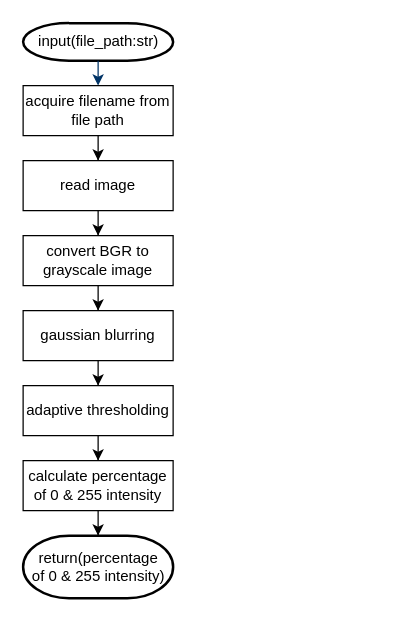
mahaamesha/matkul-pengukuran-berbasis-citra keeps this draw.io diagram as rbl/flowchart_process.drawio. Above is the earlier version. Source tidied: cells renumbered, new cells numbered last; positions are measured from the earlier drawing's top-left corner, leaving out a move shared by most shapes. Both pictures are drawn from the tidied source at 125%, with x=0, y=0 at pixel (22, 22).
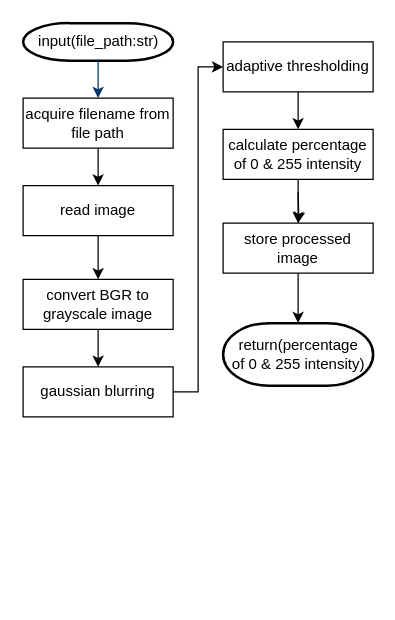
The same page after the edit.

The edit, as a diff of the source:
```diff
@@
-    <mxCell id="4" style="edgeStyle=orthogonalEdgeStyle;rounded=0;jettySize=auto;html=1;" parent="1" edge="1" source="5" target="7">
+    <mxCell id="4" style="edgeStyle=orthogonalEdgeStyle;rounded=0;jettySize=auto;html=1;exitX=0.5;exitY=1;exitDx=0;exitDy=0;" parent="1" edge="1" source="5" target="7">
       <mxGeometry relative="1" as="geometry" />
     </mxCell>
     <mxCell id="5" value="acquire filename from file path" style="rounded=0;whiteSpace=wrap;html=1;" parent="1" vertex="1">
-      <mxGeometry y="50" width="120" height="40" as="geometry" />
+      <mxGeometry y="60" width="120" height="40" as="geometry" />
     </mxCell>
-    <mxCell id="6" style="edgeStyle=orthogonalEdgeStyle;rounded=0;jettySize=auto;html=1;" parent="1" edge="1" source="7" target="9">
+    <mxCell id="6" style="edgeStyle=orthogonalEdgeStyle;rounded=0;jettySize=auto;html=1;exitX=0.5;exitY=1;exitDx=0;exitDy=0;" parent="1" edge="1" source="7" target="9">
       <mxGeometry relative="1" as="geometry" />
     </mxCell>
     <mxCell id="7" value="read image" style="rounded=0;whiteSpace=wrap;html=1;" parent="1" vertex="1">
-      <mxGeometry y="110" width="120" height="40" as="geometry" />
+      <mxGeometry y="130" width="120" height="40" as="geometry" />
     </mxCell>
-    <mxCell id="8" style="edgeStyle=orthogonalEdgeStyle;rounded=0;jettySize=auto;html=1;" parent="1" edge="1" source="9" target="11">
+    <mxCell id="8" style="edgeStyle=orthogonalEdgeStyle;rounded=0;jettySize=auto;html=1;exitX=0.5;exitY=1;exitDx=0;exitDy=0;" parent="1" edge="1" source="9" target="11">
       <mxGeometry relative="1" as="geometry" />
     </mxCell>
     <mxCell id="9" value="convert BGR to grayscale image" style="rounded=0;whiteSpace=wrap;html=1;" parent="1" vertex="1">
-      <mxGeometry y="170" width="120" height="40" as="geometry" />
+      <mxGeometry y="205" width="120" height="40" as="geometry" />
     </mxCell>
-    <mxCell id="10" style="edgeStyle=orthogonalEdgeStyle;rounded=0;jettySize=auto;html=1;" parent="1" edge="1" source="11" target="13">
-      <mxGeometry relative="1" as="geometry" />
+    <mxCell id="10" style="edgeStyle=orthogonalEdgeStyle;rounded=0;jettySize=auto;html=1;exitX=1;exitY=0.5;exitDx=0;exitDy=0;" parent="1" edge="1" source="11" target="13">
+      <mxGeometry relative="1" as="geometry">
+        <Array as="points">
+          <mxPoint x="140" y="295" />
+          <mxPoint x="140" y="35" />
+        </Array>
+      </mxGeometry>
     </mxCell>
     <mxCell id="11" value="gaussian blurring" style="rounded=0;whiteSpace=wrap;html=1;" parent="1" vertex="1">
-      <mxGeometry y="230" width="120" height="40" as="geometry" />
+      <mxGeometry y="275" width="120" height="40" as="geometry" />
     </mxCell>
-    <mxCell id="12" style="edgeStyle=orthogonalEdgeStyle;rounded=0;jettySize=auto;html=1;" parent="1" edge="1" source="13" target="15">
+    <mxCell id="12" style="edgeStyle=orthogonalEdgeStyle;rounded=0;jettySize=auto;html=1;exitX=0.5;exitY=1;exitDx=0;exitDy=0;" parent="1" edge="1" source="13" target="15">
       <mxGeometry relative="1" as="geometry" />
     </mxCell>
     <mxCell id="13" value="adaptive thresholding" style="rounded=0;whiteSpace=wrap;html=1;" parent="1" vertex="1">
-      <mxGeometry y="290" width="120" height="40" as="geometry" />
+      <mxGeometry x="160" y="15" width="120" height="40" as="geometry" />
     </mxCell>
-    <mxCell id="14" style="edgeStyle=orthogonalEdgeStyle;rounded=0;jettySize=auto;html=1;entryX=0.5;entryY=0;entryDx=0;entryDy=0;entryPerimeter=0;" parent="1" edge="1" source="15" target="16">
-      <mxGeometry relative="1" as="geometry" />
-    </mxCell>
+    <mxCell id="17" style="edgeStyle=orthogonalEdgeStyle;rounded=0;jettySize=auto;html=1;" parent="1" edge="1" target="20">
+      <mxGeometry relative="1" as="geometry">
+        <mxPoint x="220" y="135" as="sourcePoint" />
+      </mxGeometry>
+    </mxCell>
+    <mxCell id="18" style="edgeStyle=orthogonalEdgeStyle;rounded=0;jettySize=auto;html=1;" parent="1" edge="1" source="15" target="20">
+      <mxGeometry relative="1" as="geometry" />
+    </mxCell>
     <mxCell id="15" value="calculate percentage of 0 &amp;amp; 255 intensity" style="rounded=0;whiteSpace=wrap;html=1;" parent="1" vertex="1">
-      <mxGeometry y="350" width="120" height="40" as="geometry" />
+      <mxGeometry x="160" y="85" width="120" height="40" as="geometry" />
     </mxCell>
     <mxCell id="16" value="return(percentage &lt;br&gt;of 0 &amp;amp; 255 intensity)" style="shape=mxgraph.flowchart.terminator;strokeWidth=2;gradientColor=none;gradientDirection=north;fontStyle=0;html=1;" parent="1" vertex="1">
-      <mxGeometry y="410" width="120" height="50" as="geometry" />
+      <mxGeometry x="160" y="240" width="120" height="50" as="geometry" />
     </mxCell>
+    <mxCell id="19" style="edgeStyle=orthogonalEdgeStyle;rounded=0;jettySize=auto;html=1;exitX=0.5;exitY=1;exitDx=0;exitDy=0;entryX=0.5;entryY=0;entryDx=0;entryDy=0;entryPerimeter=0;" parent="1" edge="1" source="20" target="16">
+      <mxGeometry relative="1" as="geometry" />
+    </mxCell>
+    <mxCell id="20" value="store processed image" style="rounded=0;whiteSpace=wrap;html=1;" parent="1" vertex="1">
+      <mxGeometry x="160" y="160" width="120" height="40" as="geometry" />
+    </mxCell>
```
